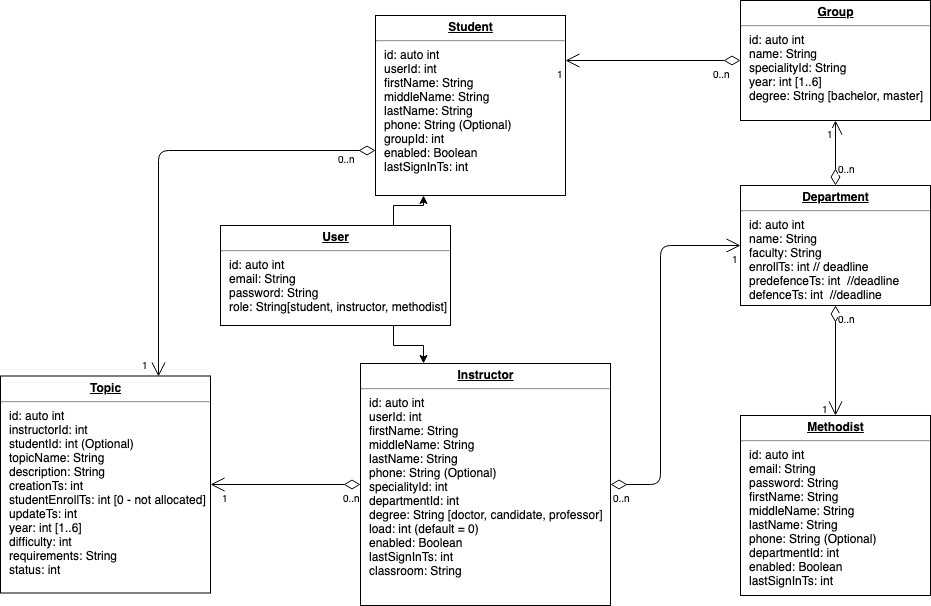
Earlier version of the draw.io export mongodb_model.png (AstiaSun/thesis-enrollment-system). Source tidied: cells renumbered, new cells last; positions are measured from the earlier drawing's top-left corner, leaving out a move shared by most shapes.
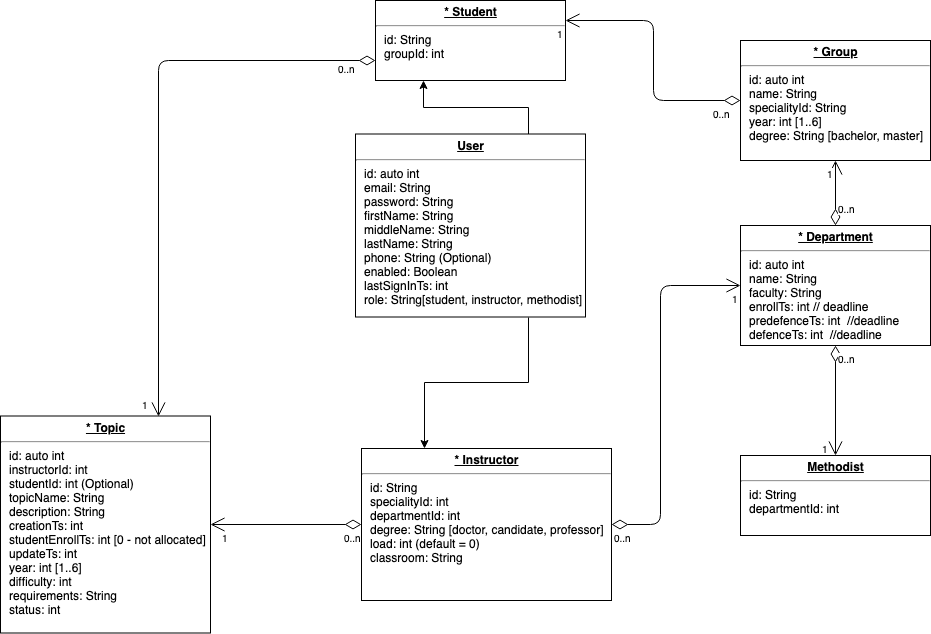
Later version of the same file.

Change to the diagram source:
```diff
@@ -2,22 +2,22 @@
   <root>
     <mxCell id="0" />
     <mxCell id="1" parent="0" />
-    <mxCell id="2" value="&lt;p style=&quot;margin: 0px ; margin-top: 4px ; text-align: center ; text-decoration: underline&quot;&gt;&lt;b&gt;Student&lt;/b&gt;&lt;/p&gt;&lt;hr&gt;&lt;p style=&quot;margin: 0px ; margin-left: 8px&quot;&gt;id: auto int&lt;br&gt;userId: int&lt;/p&gt;&lt;p style=&quot;margin: 0px ; margin-left: 8px&quot;&gt;firstName: String&lt;/p&gt;&lt;p style=&quot;margin: 0px ; margin-left: 8px&quot;&gt;middleName: String&lt;/p&gt;&lt;p style=&quot;margin: 0px ; margin-left: 8px&quot;&gt;lastName: String&lt;/p&gt;&lt;p style=&quot;margin: 0px ; margin-left: 8px&quot;&gt;phone: String (Optional)&lt;/p&gt;&lt;p style=&quot;margin: 0px ; margin-left: 8px&quot;&gt;groupId: int&lt;/p&gt;&lt;p style=&quot;margin: 0px ; margin-left: 8px&quot;&gt;enabled: Boolean&lt;/p&gt;&lt;p style=&quot;margin: 0px ; margin-left: 8px&quot;&gt;lastSignInTs: int&lt;/p&gt;" style="verticalAlign=top;align=left;overflow=fill;fontSize=12;fontFamily=Helvetica;html=1;rounded=0;shadow=0;comic=0;labelBackgroundColor=none;strokeColor=#000000;strokeWidth=1;fillColor=#ffffff;" parent="1" vertex="1">
-      <mxGeometry x="375" y="15" width="190" height="180" as="geometry" />
+    <mxCell id="2" value="&lt;p style=&quot;margin: 0px ; margin-top: 4px ; text-align: center ; text-decoration: underline&quot;&gt;&lt;b&gt;* Student&lt;/b&gt;&lt;/p&gt;&lt;hr&gt;&lt;p style=&quot;margin: 0px ; margin-left: 8px&quot;&gt;id: String&lt;br&gt;&lt;/p&gt;&lt;p style=&quot;margin: 0px ; margin-left: 8px&quot;&gt;groupId: int&lt;/p&gt;" style="verticalAlign=top;align=left;overflow=fill;fontSize=12;fontFamily=Helvetica;html=1;rounded=0;shadow=0;comic=0;labelBackgroundColor=none;strokeColor=#000000;strokeWidth=1;fillColor=#ffffff;" parent="1" vertex="1">
+      <mxGeometry x="375" y="-40" width="190" height="80" as="geometry" />
     </mxCell>
-    <mxCell id="3" value="&lt;p style=&quot;margin: 0px ; margin-top: 4px ; text-align: center ; text-decoration: underline&quot;&gt;&lt;b&gt;Instructor&lt;/b&gt;&lt;/p&gt;&lt;hr&gt;&lt;p style=&quot;margin: 0px ; margin-left: 8px&quot;&gt;id: auto int&lt;br&gt;userId: int&lt;/p&gt;&lt;p style=&quot;margin: 0px ; margin-left: 8px&quot;&gt;firstName: String&lt;/p&gt;&lt;p style=&quot;margin: 0px ; margin-left: 8px&quot;&gt;middleName: String&lt;/p&gt;&lt;p style=&quot;margin: 0px ; margin-left: 8px&quot;&gt;lastName: String&lt;/p&gt;&lt;p style=&quot;margin: 0px ; margin-left: 8px&quot;&gt;phone: String (Optional)&lt;/p&gt;&lt;p style=&quot;margin: 0px ; margin-left: 8px&quot;&gt;specialityId: int&lt;/p&gt;&lt;p style=&quot;margin: 0px ; margin-left: 8px&quot;&gt;departmentId: int&lt;/p&gt;&lt;p style=&quot;margin: 0px ; margin-left: 8px&quot;&gt;degree: String [doctor, candidate, professor]&lt;/p&gt;&lt;p style=&quot;margin: 0px ; margin-left: 8px&quot;&gt;load: int (default = 0)&lt;/p&gt;&lt;p style=&quot;margin: 0px ; margin-left: 8px&quot;&gt;enabled: Boolean&lt;/p&gt;&lt;p style=&quot;margin: 0px ; margin-left: 8px&quot;&gt;lastSignInTs: int&lt;/p&gt;&lt;p style=&quot;margin: 0px ; margin-left: 8px&quot;&gt;classroom: String&lt;/p&gt;" style="verticalAlign=top;align=left;overflow=fill;fontSize=12;fontFamily=Helvetica;html=1;rounded=0;shadow=0;comic=0;labelBackgroundColor=none;strokeColor=#000000;strokeWidth=1;fillColor=#ffffff;" parent="1" vertex="1">
-      <mxGeometry x="360" y="363" width="250" height="242" as="geometry" />
+    <mxCell id="3" value="&lt;p style=&quot;margin: 0px ; margin-top: 4px ; text-align: center ; text-decoration: underline&quot;&gt;&lt;b&gt;* Instructor&lt;/b&gt;&lt;/p&gt;&lt;hr&gt;&lt;p style=&quot;margin: 0px ; margin-left: 8px&quot;&gt;id: String&lt;br&gt;&lt;/p&gt;&lt;p style=&quot;margin: 0px ; margin-left: 8px&quot;&gt;specialityId: int&lt;/p&gt;&lt;p style=&quot;margin: 0px ; margin-left: 8px&quot;&gt;departmentId: int&lt;/p&gt;&lt;p style=&quot;margin: 0px ; margin-left: 8px&quot;&gt;degree: String [doctor, candidate, professor]&lt;/p&gt;&lt;p style=&quot;margin: 0px ; margin-left: 8px&quot;&gt;load: int (default = 0)&lt;/p&gt;&lt;p style=&quot;margin: 0px ; margin-left: 8px&quot;&gt;classroom: String&lt;/p&gt;" style="verticalAlign=top;align=left;overflow=fill;fontSize=12;fontFamily=Helvetica;html=1;rounded=0;shadow=0;comic=0;labelBackgroundColor=none;strokeColor=#000000;strokeWidth=1;fillColor=#ffffff;" parent="1" vertex="1">
+      <mxGeometry x="361" y="408" width="250" height="152" as="geometry" />
     </mxCell>
-    <mxCell id="4" value="&lt;p style=&quot;margin: 0px ; margin-top: 4px ; text-align: center ; text-decoration: underline&quot;&gt;&lt;b&gt;Methodist&lt;/b&gt;&lt;/p&gt;&lt;hr&gt;&lt;p style=&quot;margin: 0px ; margin-left: 8px&quot;&gt;id: auto int&lt;br&gt;email: String&lt;/p&gt;&lt;p style=&quot;margin: 0px ; margin-left: 8px&quot;&gt;password: String&lt;/p&gt;&lt;p style=&quot;margin: 0px ; margin-left: 8px&quot;&gt;firstName: String&lt;/p&gt;&lt;p style=&quot;margin: 0px ; margin-left: 8px&quot;&gt;middleName: String&lt;/p&gt;&lt;p style=&quot;margin: 0px ; margin-left: 8px&quot;&gt;lastName: String&lt;/p&gt;&lt;p style=&quot;margin: 0px ; margin-left: 8px&quot;&gt;phone: String (Optional)&lt;/p&gt;&lt;p style=&quot;margin: 0px ; margin-left: 8px&quot;&gt;departmentId: int&lt;/p&gt;&lt;p style=&quot;margin: 0px ; margin-left: 8px&quot;&gt;enabled: Boolean&lt;/p&gt;&lt;p style=&quot;margin: 0px ; margin-left: 8px&quot;&gt;lastSignInTs: int&lt;/p&gt;" style="verticalAlign=top;align=left;overflow=fill;fontSize=12;fontFamily=Helvetica;html=1;rounded=0;shadow=0;comic=0;labelBackgroundColor=none;strokeColor=#000000;strokeWidth=1;fillColor=#ffffff;" parent="1" vertex="1">
-      <mxGeometry x="740" y="415" width="190" height="180" as="geometry" />
+    <mxCell id="4" value="&lt;p style=&quot;margin: 0px ; margin-top: 4px ; text-align: center ; text-decoration: underline&quot;&gt;&lt;b&gt;Methodist&lt;/b&gt;&lt;/p&gt;&lt;hr&gt;&lt;p style=&quot;margin: 0px ; margin-left: 8px&quot;&gt;id: String&lt;/p&gt;&lt;p style=&quot;margin: 0px ; margin-left: 8px&quot;&gt;departmentId: int&lt;/p&gt;" style="verticalAlign=top;align=left;overflow=fill;fontSize=12;fontFamily=Helvetica;html=1;rounded=0;shadow=0;comic=0;labelBackgroundColor=none;strokeColor=#000000;strokeWidth=1;fillColor=#ffffff;" parent="1" vertex="1">
+      <mxGeometry x="740" y="415" width="190" height="80" as="geometry" />
     </mxCell>
-    <mxCell id="5" value="&lt;p style=&quot;margin: 0px ; margin-top: 4px ; text-align: center ; text-decoration: underline&quot;&gt;&lt;b&gt;Topic&lt;/b&gt;&lt;/p&gt;&lt;hr&gt;&lt;p style=&quot;margin: 0px ; margin-left: 8px&quot;&gt;id: auto int&lt;br&gt;instructorId: int&lt;/p&gt;&lt;p style=&quot;margin: 0px ; margin-left: 8px&quot;&gt;studentId: int (Optional)&lt;/p&gt;&lt;p style=&quot;margin: 0px ; margin-left: 8px&quot;&gt;topicName: String&amp;nbsp;&lt;/p&gt;&lt;p style=&quot;margin: 0px ; margin-left: 8px&quot;&gt;description: String&lt;/p&gt;&lt;p style=&quot;margin: 0px ; margin-left: 8px&quot;&gt;creationTs: int&lt;/p&gt;&lt;p style=&quot;margin: 0px ; margin-left: 8px&quot;&gt;studentEnrollTs: int [0 - not allocated]&lt;/p&gt;&lt;p style=&quot;margin: 0px ; margin-left: 8px&quot;&gt;updateTs: int&lt;/p&gt;&lt;p style=&quot;margin: 0px ; margin-left: 8px&quot;&gt;year: int [1..6]&lt;/p&gt;&lt;p style=&quot;margin: 0px ; margin-left: 8px&quot;&gt;difficulty: int&lt;/p&gt;&lt;p style=&quot;margin: 0px ; margin-left: 8px&quot;&gt;requirements: String&lt;/p&gt;&lt;p style=&quot;margin: 0px ; margin-left: 8px&quot;&gt;status: int&lt;/p&gt;" style="verticalAlign=top;align=left;overflow=fill;fontSize=12;fontFamily=Helvetica;html=1;rounded=0;shadow=0;comic=0;labelBackgroundColor=none;strokeColor=#000000;strokeWidth=1;fillColor=#ffffff;" parent="1" vertex="1">
+    <mxCell id="5" value="&lt;p style=&quot;margin: 0px ; margin-top: 4px ; text-align: center ; text-decoration: underline&quot;&gt;&lt;b&gt;* Topic&lt;/b&gt;&lt;/p&gt;&lt;hr&gt;&lt;p style=&quot;margin: 0px ; margin-left: 8px&quot;&gt;id: auto int&lt;br&gt;instructorId: int&lt;/p&gt;&lt;p style=&quot;margin: 0px ; margin-left: 8px&quot;&gt;studentId: int (Optional)&lt;/p&gt;&lt;p style=&quot;margin: 0px ; margin-left: 8px&quot;&gt;topicName: String&amp;nbsp;&lt;/p&gt;&lt;p style=&quot;margin: 0px ; margin-left: 8px&quot;&gt;description: String&lt;/p&gt;&lt;p style=&quot;margin: 0px ; margin-left: 8px&quot;&gt;creationTs: int&lt;/p&gt;&lt;p style=&quot;margin: 0px ; margin-left: 8px&quot;&gt;studentEnrollTs: int [0 - not allocated]&lt;/p&gt;&lt;p style=&quot;margin: 0px ; margin-left: 8px&quot;&gt;updateTs: int&lt;/p&gt;&lt;p style=&quot;margin: 0px ; margin-left: 8px&quot;&gt;year: int [1..6]&lt;/p&gt;&lt;p style=&quot;margin: 0px ; margin-left: 8px&quot;&gt;difficulty: int&lt;/p&gt;&lt;p style=&quot;margin: 0px ; margin-left: 8px&quot;&gt;requirements: String&lt;/p&gt;&lt;p style=&quot;margin: 0px ; margin-left: 8px&quot;&gt;status: int&lt;/p&gt;" style="verticalAlign=top;align=left;overflow=fill;fontSize=12;fontFamily=Helvetica;html=1;rounded=0;shadow=0;comic=0;labelBackgroundColor=none;strokeColor=#000000;strokeWidth=1;fillColor=#ffffff;" parent="1" vertex="1">
       <mxGeometry y="375.5" width="210" height="217" as="geometry" />
     </mxCell>
     <mxCell id="6" style="endArrow=open;html=1;endSize=12;startArrow=diamondThin;startSize=14;startFill=0;edgeStyle=orthogonalEdgeStyle;exitX=0;exitY=0.75;exitDx=0;exitDy=0;entryX=0.75;entryY=0;entryDx=0;entryDy=0;" parent="1" edge="1" source="2" target="5">
       <mxGeometry relative="1" as="geometry">
         <Array as="points">
-          <mxPoint x="158" y="150" />
+          <mxPoint x="158" y="20" />
         </Array>
       </mxGeometry>
     </mxCell>
@@ -44,10 +44,10 @@
         <mxPoint x="20" as="offset" />
       </mxGeometry>
     </mxCell>
-    <mxCell id="12" value="&lt;p style=&quot;margin: 0px ; margin-top: 4px ; text-align: center ; text-decoration: underline&quot;&gt;&lt;b&gt;Group&lt;/b&gt;&lt;/p&gt;&lt;hr&gt;&lt;p style=&quot;margin: 0px ; margin-left: 8px&quot;&gt;id: auto int&lt;br&gt;name: String&lt;/p&gt;&lt;p style=&quot;margin: 0px ; margin-left: 8px&quot;&gt;specialityId: String&lt;/p&gt;&lt;p style=&quot;margin: 0px ; margin-left: 8px&quot;&gt;&lt;span&gt;year: int [1..6]&lt;/span&gt;&lt;/p&gt;&lt;p style=&quot;margin: 0px ; margin-left: 8px&quot;&gt;&lt;span&gt;degree: String [bachelor, master]&lt;/span&gt;&lt;/p&gt;" style="verticalAlign=top;align=left;overflow=fill;fontSize=12;fontFamily=Helvetica;html=1;rounded=0;shadow=0;comic=0;labelBackgroundColor=none;strokeColor=#000000;strokeWidth=1;fillColor=#ffffff;" parent="1" vertex="1">
+    <mxCell id="12" value="&lt;p style=&quot;margin: 0px ; margin-top: 4px ; text-align: center ; text-decoration: underline&quot;&gt;&lt;b&gt;* Group&lt;/b&gt;&lt;/p&gt;&lt;hr&gt;&lt;p style=&quot;margin: 0px ; margin-left: 8px&quot;&gt;id: auto int&lt;br&gt;name: String&lt;/p&gt;&lt;p style=&quot;margin: 0px ; margin-left: 8px&quot;&gt;specialityId: String&lt;/p&gt;&lt;p style=&quot;margin: 0px ; margin-left: 8px&quot;&gt;&lt;span&gt;year: int [1..6]&lt;/span&gt;&lt;/p&gt;&lt;p style=&quot;margin: 0px ; margin-left: 8px&quot;&gt;&lt;span&gt;degree: String [bachelor, master]&lt;/span&gt;&lt;/p&gt;" style="verticalAlign=top;align=left;overflow=fill;fontSize=12;fontFamily=Helvetica;html=1;rounded=0;shadow=0;comic=0;labelBackgroundColor=none;strokeColor=#000000;strokeWidth=1;fillColor=#ffffff;" parent="1" vertex="1">
       <mxGeometry x="740" width="190" height="120" as="geometry" />
     </mxCell>
-    <mxCell id="13" value="&lt;p style=&quot;margin: 0px ; margin-top: 4px ; text-align: center ; text-decoration: underline&quot;&gt;&lt;b&gt;Department&lt;/b&gt;&lt;/p&gt;&lt;hr&gt;&lt;p style=&quot;margin: 0px ; margin-left: 8px&quot;&gt;id: auto int&lt;br&gt;name: String&lt;/p&gt;&lt;p style=&quot;margin: 0px ; margin-left: 8px&quot;&gt;faculty: String&lt;/p&gt;&lt;p style=&quot;margin: 0px ; margin-left: 8px&quot;&gt;enrollTs: int // deadline&lt;/p&gt;&lt;p style=&quot;margin: 0px ; margin-left: 8px&quot;&gt;predefenceTs: int&amp;nbsp; //deadline&lt;/p&gt;&lt;p style=&quot;margin: 0px ; margin-left: 8px&quot;&gt;defenceTs: int&amp;nbsp; //deadline&lt;/p&gt;" style="verticalAlign=top;align=left;overflow=fill;fontSize=12;fontFamily=Helvetica;html=1;rounded=0;shadow=0;comic=0;labelBackgroundColor=none;strokeColor=#000000;strokeWidth=1;fillColor=#ffffff;" parent="1" vertex="1">
+    <mxCell id="13" value="&lt;p style=&quot;margin: 0px ; margin-top: 4px ; text-align: center ; text-decoration: underline&quot;&gt;&lt;b&gt;* Department&lt;/b&gt;&lt;/p&gt;&lt;hr&gt;&lt;p style=&quot;margin: 0px ; margin-left: 8px&quot;&gt;id: auto int&lt;br&gt;name: String&lt;/p&gt;&lt;p style=&quot;margin: 0px ; margin-left: 8px&quot;&gt;faculty: String&lt;/p&gt;&lt;p style=&quot;margin: 0px ; margin-left: 8px&quot;&gt;enrollTs: int // deadline&lt;/p&gt;&lt;p style=&quot;margin: 0px ; margin-left: 8px&quot;&gt;predefenceTs: int&amp;nbsp; //deadline&lt;/p&gt;&lt;p style=&quot;margin: 0px ; margin-left: 8px&quot;&gt;defenceTs: int&amp;nbsp; //deadline&lt;/p&gt;" style="verticalAlign=top;align=left;overflow=fill;fontSize=12;fontFamily=Helvetica;html=1;rounded=0;shadow=0;comic=0;labelBackgroundColor=none;strokeColor=#000000;strokeWidth=1;fillColor=#ffffff;" parent="1" vertex="1">
       <mxGeometry x="740" y="185" width="190" height="120" as="geometry" />
     </mxCell>
     <mxCell id="14" style="endArrow=open;html=1;endSize=12;startArrow=diamondThin;startSize=14;startFill=0;edgeStyle=orthogonalEdgeStyle;exitX=0.5;exitY=0;exitDx=0;exitDy=0;" parent="1" edge="1" source="13" target="12">
@@ -103,8 +103,8 @@
     <mxCell id="27" style="edgeStyle=orthogonalEdgeStyle;rounded=0;jettySize=auto;html=1;exitX=0.75;exitY=1;exitDx=0;exitDy=0;entryX=0.25;entryY=0;entryDx=0;entryDy=0;" parent="1" edge="1" source="28" target="3">
       <mxGeometry relative="1" as="geometry" />
     </mxCell>
-    <mxCell id="28" value="&lt;p style=&quot;margin: 0px ; margin-top: 4px ; text-align: center ; text-decoration: underline&quot;&gt;&lt;b&gt;User&lt;/b&gt;&lt;/p&gt;&lt;hr&gt;&lt;p style=&quot;margin: 0px ; margin-left: 8px&quot;&gt;id: auto int&lt;br&gt;email: String&lt;/p&gt;&lt;p style=&quot;margin: 0px ; margin-left: 8px&quot;&gt;password: String&lt;/p&gt;&lt;p style=&quot;margin: 0px ; margin-left: 8px&quot;&gt;role: String[student, instructor, methodist]&lt;/p&gt;" style="verticalAlign=top;align=left;overflow=fill;fontSize=12;fontFamily=Helvetica;html=1;rounded=0;shadow=0;comic=0;labelBackgroundColor=none;strokeColor=#000000;strokeWidth=1;fillColor=#ffffff;" parent="1" vertex="1">
-      <mxGeometry x="220" y="225" width="230" height="100" as="geometry" />
+    <mxCell id="28" value="&lt;p style=&quot;margin: 0px ; margin-top: 4px ; text-align: center ; text-decoration: underline&quot;&gt;&lt;b&gt;User&lt;/b&gt;&lt;/p&gt;&lt;hr&gt;&lt;p style=&quot;margin: 0px ; margin-left: 8px&quot;&gt;id: auto int&lt;br&gt;email: String&lt;/p&gt;&lt;p style=&quot;margin: 0px ; margin-left: 8px&quot;&gt;password: String&lt;/p&gt;&lt;p style=&quot;margin: 0px ; margin-left: 8px&quot;&gt;firstName: String&lt;/p&gt;&lt;p style=&quot;margin: 0px ; margin-left: 8px&quot;&gt;&lt;span&gt;middleName: String&lt;/span&gt;&lt;/p&gt;&lt;p style=&quot;margin: 0px ; margin-left: 8px&quot;&gt;&lt;span&gt;lastName: String&lt;/span&gt;&lt;/p&gt;&lt;p style=&quot;margin: 0px ; margin-left: 8px&quot;&gt;&lt;span&gt;phone: String (Optional)&lt;/span&gt;&lt;/p&gt;&lt;p style=&quot;margin: 0px ; margin-left: 8px&quot;&gt;&lt;span&gt;enabled: Boolean&lt;/span&gt;&lt;/p&gt;&lt;p style=&quot;margin: 0px ; margin-left: 8px&quot;&gt;&lt;span&gt;lastSignInTs: int&lt;/span&gt;&lt;/p&gt;&lt;p style=&quot;margin: 0px ; margin-left: 8px&quot;&gt;&lt;span&gt;role: String[student, instructor, methodist]&lt;/span&gt;&lt;/p&gt;" style="verticalAlign=top;align=left;overflow=fill;fontSize=12;fontFamily=Helvetica;html=1;rounded=0;shadow=0;comic=0;labelBackgroundColor=none;strokeColor=#000000;strokeWidth=1;fillColor=#ffffff;" parent="1" vertex="1">
+      <mxGeometry x="355" y="93.5" width="230" height="183" as="geometry" />
     </mxCell>
   </root>
 </mxGraphModel>
```
